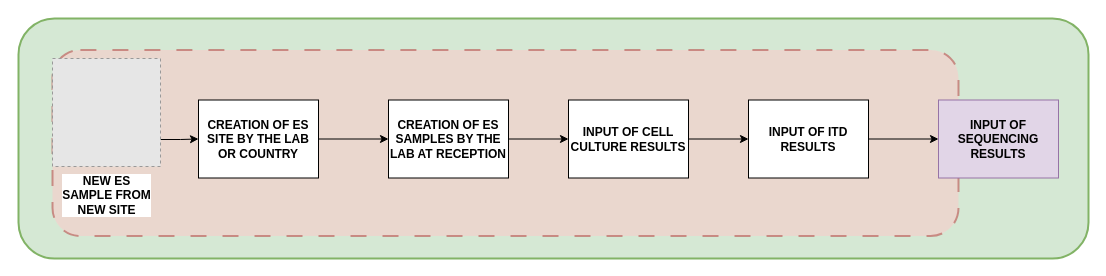
Above: ES_Data_flow.drawio in DemevengDerrick/Workflows (draw.io), before the change. Source tidied: cells renumbered, new cells numbered last; positions are measured from the earlier drawing's top-left corner, leaving out a move shared by most shapes. Both pictures are drawn from the tidied source at 100%, with x=0, y=0 at pixel (18, 18). Pictures stored in the file or linked from it are replaced by grey dashed boxes.
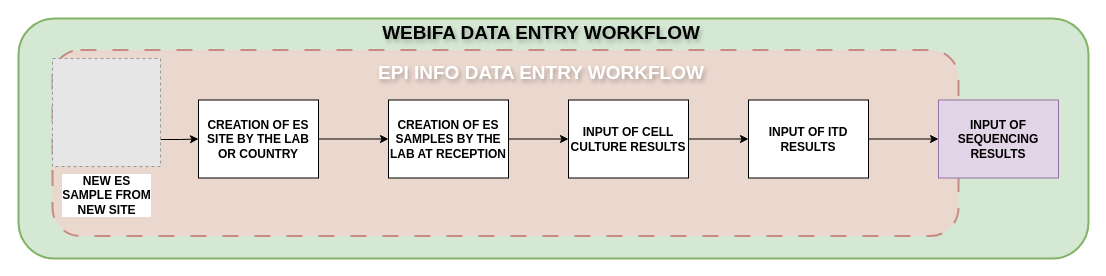
After the change.

Diff of the diagram source:
```diff
@@
 <mxGraphModel>
   <root>
     <mxCell id="0" />
     <mxCell id="1" parent="0" />
     <mxCell id="2" style="rounded=1;whiteSpace=wrap;html=1;fillColor=#d5e8d4;strokeColor=#82b366;fontStyle=1;glass=0;strokeWidth=2;" parent="1" vertex="1">
       <mxGeometry width="1070" height="240" as="geometry" />
     </mxCell>
     <mxCell id="3" style="rounded=1;whiteSpace=wrap;html=1;fillColor=#f8cecc;strokeColor=#b85450;fontStyle=1;opacity=60;dashed=1;dashPattern=8 8;gradientColor=none;strokeWidth=2;labelPosition=center;verticalLabelPosition=top;align=center;verticalAlign=bottom;" parent="1" vertex="1">
       <mxGeometry x="34" y="31.5" width="906" height="186" as="geometry" />
     </mxCell>
     <mxCell id="4" style="edgeStyle=orthogonalEdgeStyle;rounded=0;jettySize=auto;html=1;exitX=1;exitY=0.5;exitDx=0;exitDy=0;fontStyle=1;" parent="1" edge="1" source="5" target="7">
       <mxGeometry relative="1" as="geometry" />
     </mxCell>
     <mxCell id="5" value="CREATION OF ES SITE BY THE LAB OR COUNTRY" style="rounded=0;whiteSpace=wrap;html=1;fontStyle=1;" parent="1" vertex="1">
       <mxGeometry x="180" y="81.5" width="120" height="78" as="geometry" />
     </mxCell>
     <mxCell id="6" style="edgeStyle=orthogonalEdgeStyle;rounded=0;jettySize=auto;html=1;exitX=1;exitY=0.5;exitDx=0;exitDy=0;entryX=0;entryY=0.5;entryDx=0;entryDy=0;fontStyle=1;" parent="1" edge="1" source="7" target="9">
       <mxGeometry relative="1" as="geometry" />
     </mxCell>
     <mxCell id="7" value="CREATION OF ES SAMPLES BY THE LAB AT RECEPTION" style="rounded=0;whiteSpace=wrap;html=1;fontStyle=1;" parent="1" vertex="1">
       <mxGeometry x="370" y="81.5" width="120" height="78" as="geometry" />
     </mxCell>
     <mxCell id="8" style="edgeStyle=orthogonalEdgeStyle;rounded=0;jettySize=auto;html=1;exitX=1;exitY=0.5;exitDx=0;exitDy=0;entryX=0;entryY=0.5;entryDx=0;entryDy=0;fontStyle=1;" parent="1" edge="1" source="9" target="11">
       <mxGeometry relative="1" as="geometry" />
     </mxCell>
     <mxCell id="9" value="INPUT OF CELL CULTURE RESULTS" style="rounded=0;whiteSpace=wrap;html=1;fontStyle=1;" parent="1" vertex="1">
       <mxGeometry x="550" y="81.5" width="120" height="78" as="geometry" />
     </mxCell>
     <mxCell id="10" style="edgeStyle=orthogonalEdgeStyle;rounded=0;jettySize=auto;html=1;exitX=1;exitY=0.5;exitDx=0;exitDy=0;fontStyle=1;" parent="1" edge="1" source="11" target="12">
       <mxGeometry relative="1" as="geometry" />
     </mxCell>
     <mxCell id="11" value="INPUT OF ITD RESULTS" style="rounded=0;whiteSpace=wrap;html=1;fontStyle=1;" parent="1" vertex="1">
       <mxGeometry x="730" y="81.5" width="120" height="78" as="geometry" />
     </mxCell>
     <mxCell id="12" value="INPUT OF SEQUENCING RESULTS" style="rounded=0;whiteSpace=wrap;html=1;fontStyle=1;fillColor=#e1d5e7;strokeColor=#9673a6;" parent="1" vertex="1">
       <mxGeometry x="920" y="81.5" width="120" height="78" as="geometry" />
     </mxCell>
     <mxCell id="13" style="edgeStyle=orthogonalEdgeStyle;rounded=0;jettySize=auto;html=1;exitX=1;exitY=0.75;exitDx=0;exitDy=0;" parent="1" edge="1" source="14" target="5">
       <mxGeometry relative="1" as="geometry" />
     </mxCell>
     <mxCell id="14" value="NEW ES&lt;div&gt;SAMPLE FROM&lt;/div&gt;&lt;div&gt;NEW SITE&lt;/div&gt;" style="fillColor=#E6E6E6;strokeColor=#999999;dashed=1;html=1;verticalAlign=top;verticalLabelPosition=bottom;labelBackgroundColor=#ffffff;fontStyle=1;spacingTop=1;spacingBottom=1;spacingLeft=1;spacingRight=2;" parent="1" vertex="1">
       <mxGeometry x="34" y="40" width="108" height="108" as="geometry" />
     </mxCell>
+    <mxCell id="15" value="EPI INFO DATA ENTRY WORKFLOW" style="text;html=1;align=center;verticalAlign=middle;whiteSpace=wrap;rounded=0;fontStyle=1;fontSize=19;fontColor=#FFFFFF;labelBorderColor=none;textShadow=1;" parent="1" vertex="1">
+      <mxGeometry x="324" y="40" width="398" height="30" as="geometry" />
+    </mxCell>
+    <mxCell id="16" value="WEBIFA DATA ENTRY WORKFLOW" style="text;html=1;align=center;verticalAlign=middle;whiteSpace=wrap;rounded=0;fontStyle=1;fontSize=19;fontColor=#000000;textShadow=1;" parent="1" vertex="1">
+      <mxGeometry x="324" width="398" height="30" as="geometry" />
+    </mxCell>
   </root>
 </mxGraphModel>
```
